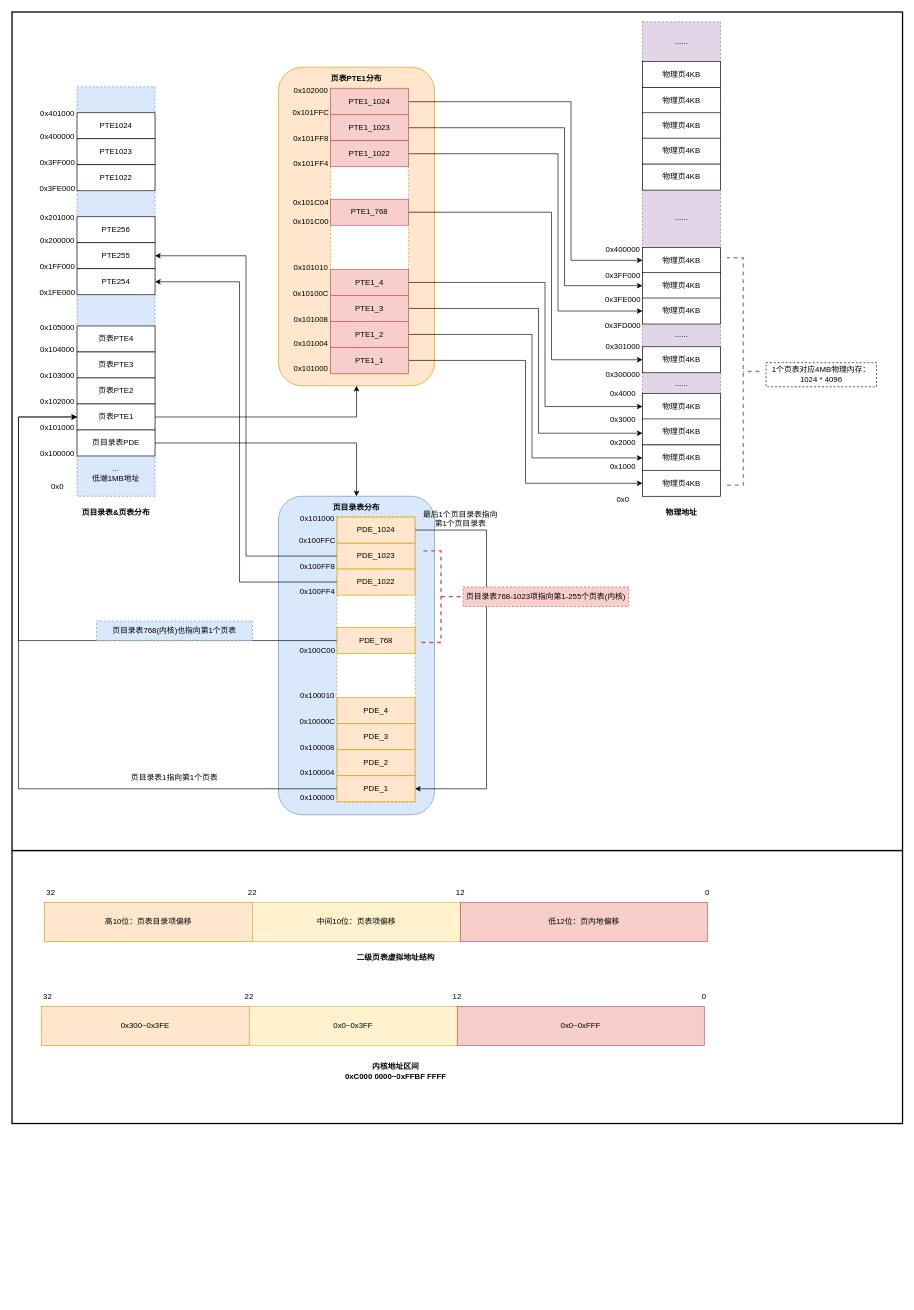
The draw.io diagram page "页表" (1 of 2) of 附录/操作系统.drawio in Atuboaabu/MyOS, before the edit. Source tidied: cells renumbered, new cells numbered last; positions are measured from the earlier drawing's top-left corner, leaving out a move shared by most shapes. Both pictures are drawn from the tidied source at 65%, with x=0, y=0 at pixel (12, 12).
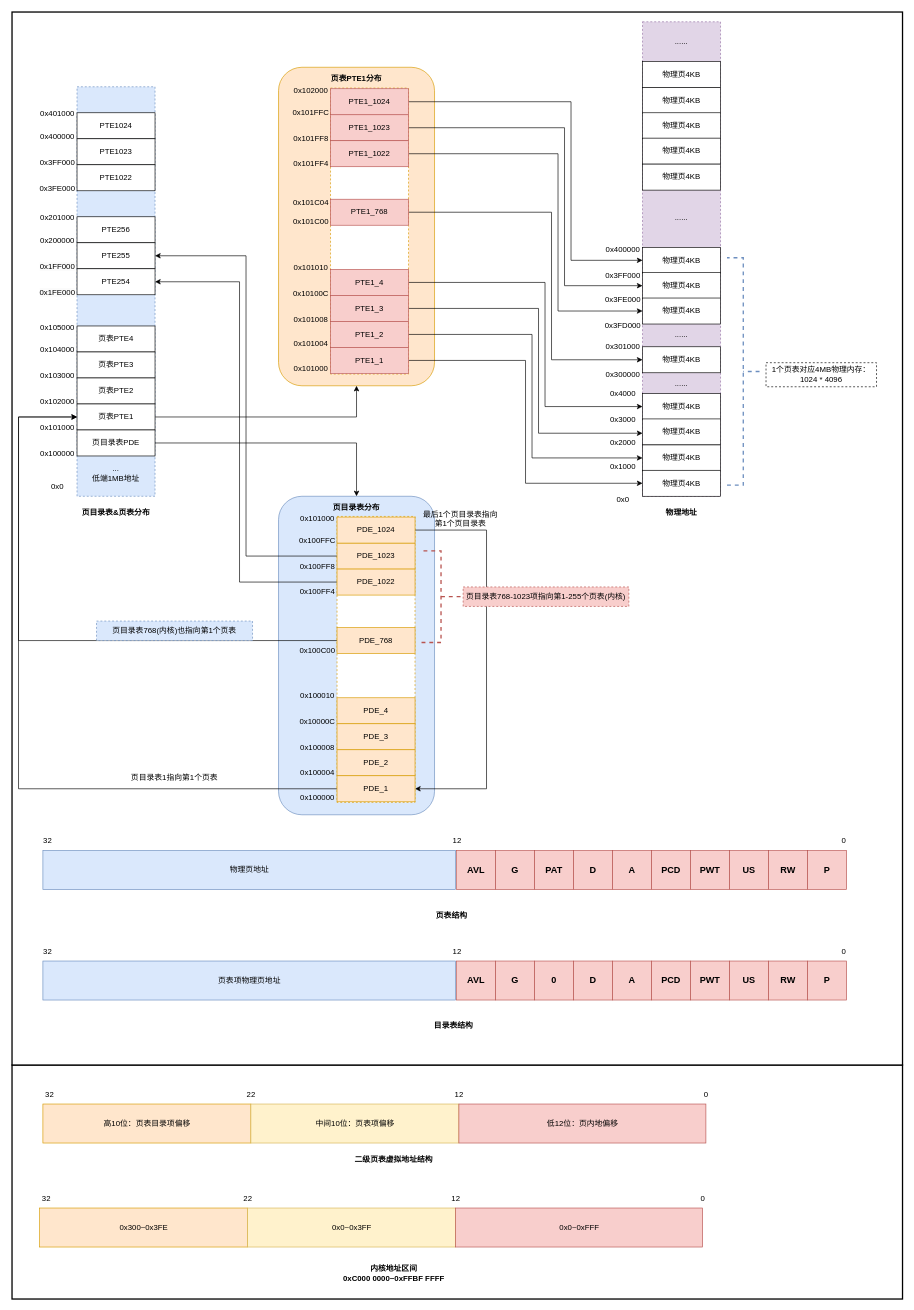
After the change.

Commit message (it also covers changes not shown here):
drawio图文件更新

What changed in the source:
```diff
@@
     <mxCell id="2" style="rounded=0;whiteSpace=wrap;html=1;strokeWidth=2;" parent="1" vertex="1">
-      <mxGeometry y="1290" width="1370" height="420" as="geometry" />
+      <mxGeometry y="1620" width="1370" height="360" as="geometry" />
     </mxCell>
     <mxCell id="3" style="rounded=0;whiteSpace=wrap;html=1;strokeWidth=2;" parent="1" vertex="1">
-      <mxGeometry width="1370" height="1290" as="geometry" />
+      <mxGeometry width="1370" height="1620" as="geometry" />
     </mxCell>
@@
     <mxCell id="124" value="高10位：页表目录项偏移" style="rounded=0;whiteSpace=wrap;html=1;fillColor=#ffe6cc;strokeColor=#d79b00;" parent="1" vertex="1">
-      <mxGeometry x="50" y="1370" width="320" height="60" as="geometry" />
+      <mxGeometry x="47.5" y="1680" width="320" height="60" as="geometry" />
     </mxCell>
     <mxCell id="125" value="中间10位：页表项偏移" style="rounded=0;whiteSpace=wrap;html=1;fillColor=#fff2cc;strokeColor=#d6b656;" parent="1" vertex="1">
-      <mxGeometry x="370" y="1370" width="320" height="60" as="geometry" />
+      <mxGeometry x="367.5" y="1680" width="320" height="60" as="geometry" />
     </mxCell>
     <mxCell id="126" value="低12位：页内地偏移" style="rounded=0;whiteSpace=wrap;html=1;fillColor=#f8cecc;strokeColor=#b85450;" parent="1" vertex="1">
-      <mxGeometry x="690" y="1370" width="380" height="60" as="geometry" />
+      <mxGeometry x="687.5" y="1680" width="380" height="60" as="geometry" />
     </mxCell>
     <mxCell id="127" value="0" style="text;html=1;align=center;verticalAlign=middle;whiteSpace=wrap;rounded=0;" parent="1" vertex="1">
-      <mxGeometry x="1040" y="1340" width="60" height="30" as="geometry" />
+      <mxGeometry x="1037.5" y="1650" width="60" height="30" as="geometry" />
     </mxCell>
     <mxCell id="128" value="12" style="text;html=1;align=center;verticalAlign=middle;whiteSpace=wrap;rounded=0;" parent="1" vertex="1">
-      <mxGeometry x="660" y="1340" width="60" height="30" as="geometry" />
+      <mxGeometry x="657.5" y="1650" width="60" height="30" as="geometry" />
     </mxCell>
     <mxCell id="129" value="22" style="text;html=1;align=center;verticalAlign=middle;whiteSpace=wrap;rounded=0;" parent="1" vertex="1">
-      <mxGeometry x="340" y="1340" width="60" height="30" as="geometry" />
+      <mxGeometry x="337.5" y="1650" width="60" height="30" as="geometry" />
     </mxCell>
     <mxCell id="130" value="32" style="text;html=1;align=center;verticalAlign=middle;whiteSpace=wrap;rounded=0;" parent="1" vertex="1">
-      <mxGeometry x="30" y="1340" width="60" height="30" as="geometry" />
+      <mxGeometry x="27.5" y="1650" width="60" height="30" as="geometry" />
     </mxCell>
     <mxCell id="131" value="&lt;b&gt;二级页表虚拟地址结构&lt;/b&gt;" style="text;html=1;align=center;verticalAlign=middle;whiteSpace=wrap;rounded=0;" parent="1" vertex="1">
-      <mxGeometry x="517.5" y="1440" width="145" height="30" as="geometry" />
+      <mxGeometry x="515" y="1750" width="145" height="30" as="geometry" />
     </mxCell>
@@
     <mxCell id="136" value="0x300~0x3FE" style="rounded=0;whiteSpace=wrap;html=1;fillColor=#ffe6cc;strokeColor=#d79b00;" parent="1" vertex="1">
-      <mxGeometry x="45" y="1530" width="320" height="60" as="geometry" />
+      <mxGeometry x="42.5" y="1840" width="320" height="60" as="geometry" />
     </mxCell>
     <mxCell id="137" value="0x0~0x3FF" style="rounded=0;whiteSpace=wrap;html=1;fillColor=#fff2cc;strokeColor=#d6b656;" parent="1" vertex="1">
-      <mxGeometry x="365" y="1530" width="320" height="60" as="geometry" />
+      <mxGeometry x="362.5" y="1840" width="320" height="60" as="geometry" />
     </mxCell>
     <mxCell id="138" value="0x0~0xFFF" style="rounded=0;whiteSpace=wrap;html=1;fillColor=#f8cecc;strokeColor=#b85450;" parent="1" vertex="1">
-      <mxGeometry x="685" y="1530" width="380" height="60" as="geometry" />
+      <mxGeometry x="682.5" y="1840" width="380" height="60" as="geometry" />
     </mxCell>
     <mxCell id="139" value="0" style="text;html=1;align=center;verticalAlign=middle;whiteSpace=wrap;rounded=0;" parent="1" vertex="1">
-      <mxGeometry x="1035" y="1500" width="60" height="30" as="geometry" />
+      <mxGeometry x="1032.5" y="1810" width="60" height="30" as="geometry" />
     </mxCell>
     <mxCell id="140" value="12" style="text;html=1;align=center;verticalAlign=middle;whiteSpace=wrap;rounded=0;" parent="1" vertex="1">
-      <mxGeometry x="655" y="1500" width="60" height="30" as="geometry" />
+      <mxGeometry x="652.5" y="1810" width="60" height="30" as="geometry" />
     </mxCell>
     <mxCell id="141" value="22" style="text;html=1;align=center;verticalAlign=middle;whiteSpace=wrap;rounded=0;" parent="1" vertex="1">
-      <mxGeometry x="335" y="1500" width="60" height="30" as="geometry" />
+      <mxGeometry x="332.5" y="1810" width="60" height="30" as="geometry" />
     </mxCell>
     <mxCell id="142" value="32" style="text;html=1;align=center;verticalAlign=middle;whiteSpace=wrap;rounded=0;" parent="1" vertex="1">
-      <mxGeometry x="25" y="1500" width="60" height="30" as="geometry" />
+      <mxGeometry x="22.5" y="1810" width="60" height="30" as="geometry" />
     </mxCell>
     <mxCell id="143" value="&lt;b&gt;内核地址区间&lt;/b&gt;&lt;div&gt;&lt;b&gt;0xC000 0000~0xFFBF FFFF&lt;/b&gt;&lt;/div&gt;" style="text;html=1;align=center;verticalAlign=middle;whiteSpace=wrap;rounded=0;" parent="1" vertex="1">
-      <mxGeometry x="498.8" y="1600" width="182.5" height="60" as="geometry" />
+      <mxGeometry x="496.2" y="1910" width="182.5" height="60" as="geometry" />
     </mxCell>
+    <mxCell id="144" value="物理页地址" style="rounded=0;whiteSpace=wrap;html=1;fillColor=#dae8fc;strokeColor=#6c8ebf;" parent="1" vertex="1">
+      <mxGeometry x="47.5" y="1290" width="635" height="60" as="geometry" />
+    </mxCell>
+    <mxCell id="145" value="AVL" style="rounded=0;whiteSpace=wrap;html=1;fillColor=#f8cecc;strokeColor=#b85450;fontStyle=1;fontSize=14;" parent="1" vertex="1">
+      <mxGeometry x="684" y="1290" width="60" height="60" as="geometry" />
+    </mxCell>
+    <mxCell id="146" value="0" style="text;html=1;align=center;verticalAlign=middle;whiteSpace=wrap;rounded=0;" parent="1" vertex="1">
+      <mxGeometry x="1250" y="1260" width="60" height="30" as="geometry" />
+    </mxCell>
+    <mxCell id="147" value="12" style="text;html=1;align=center;verticalAlign=middle;whiteSpace=wrap;rounded=0;" parent="1" vertex="1">
+      <mxGeometry x="655" y="1260" width="60" height="30" as="geometry" />
+    </mxCell>
+    <mxCell id="148" value="32" style="text;html=1;align=center;verticalAlign=middle;whiteSpace=wrap;rounded=0;" parent="1" vertex="1">
+      <mxGeometry x="25" y="1260" width="60" height="30" as="geometry" />
+    </mxCell>
+    <mxCell id="149" value="&lt;b&gt;页表结构&lt;/b&gt;" style="text;html=1;align=center;verticalAlign=middle;whiteSpace=wrap;rounded=0;" parent="1" vertex="1">
+      <mxGeometry x="641.2" y="1370" width="71.2" height="40" as="geometry" />
+    </mxCell>
+    <mxCell id="150" value="G" style="rounded=0;whiteSpace=wrap;html=1;fillColor=#f8cecc;strokeColor=#b85450;fontStyle=1;fontSize=14;" parent="1" vertex="1">
+      <mxGeometry x="744" y="1290" width="60" height="60" as="geometry" />
+    </mxCell>
+    <mxCell id="151" value="PAT" style="rounded=0;whiteSpace=wrap;html=1;fillColor=#f8cecc;strokeColor=#b85450;fontStyle=1;fontSize=14;" parent="1" vertex="1">
+      <mxGeometry x="804" y="1290" width="60" height="60" as="geometry" />
+    </mxCell>
+    <mxCell id="152" value="D" style="rounded=0;whiteSpace=wrap;html=1;fillColor=#f8cecc;strokeColor=#b85450;fontStyle=1;fontSize=14;" parent="1" vertex="1">
+      <mxGeometry x="864" y="1290" width="60" height="60" as="geometry" />
+    </mxCell>
+    <mxCell id="153" value="A" style="rounded=0;whiteSpace=wrap;html=1;fillColor=#f8cecc;strokeColor=#b85450;fontStyle=1;fontSize=14;" parent="1" vertex="1">
+      <mxGeometry x="924" y="1290" width="60" height="60" as="geometry" />
+    </mxCell>
+    <mxCell id="154" value="PCD" style="rounded=0;whiteSpace=wrap;html=1;fillColor=#f8cecc;strokeColor=#b85450;fontStyle=1;fontSize=14;" parent="1" vertex="1">
+      <mxGeometry x="984" y="1290" width="60" height="60" as="geometry" />
+    </mxCell>
+    <mxCell id="155" value="PWT" style="rounded=0;whiteSpace=wrap;html=1;fillColor=#f8cecc;strokeColor=#b85450;fontStyle=1;fontSize=14;" parent="1" vertex="1">
+      <mxGeometry x="1044" y="1290" width="60" height="60" as="geometry" />
+    </mxCell>
+    <mxCell id="156" value="US" style="rounded=0;whiteSpace=wrap;html=1;fillColor=#f8cecc;strokeColor=#b85450;fontStyle=1;fontSize=14;" parent="1" vertex="1">
+      <mxGeometry x="1104" y="1290" width="60" height="60" as="geometry" />
+    </mxCell>
+    <mxCell id="157" value="&lt;span&gt;&lt;font&gt;RW&lt;/font&gt;&lt;/span&gt;" style="rounded=0;whiteSpace=wrap;html=1;fillColor=#f8cecc;strokeColor=#b85450;fontStyle=1;fontSize=14;" parent="1" vertex="1">
+      <mxGeometry x="1164" y="1290" width="60" height="60" as="geometry" />
+    </mxCell>
+    <mxCell id="158" value="&lt;span&gt;&lt;font&gt;P&lt;/font&gt;&lt;/span&gt;" style="rounded=0;whiteSpace=wrap;html=1;fillColor=#f8cecc;strokeColor=#b85450;fontStyle=1;fontSize=14;" parent="1" vertex="1">
+      <mxGeometry x="1224" y="1290" width="60" height="60" as="geometry" />
+    </mxCell>
+    <mxCell id="159" value="页表项物理页地址" style="rounded=0;whiteSpace=wrap;html=1;fillColor=#dae8fc;strokeColor=#6c8ebf;" parent="1" vertex="1">
+      <mxGeometry x="47.5" y="1460" width="635" height="60" as="geometry" />
+    </mxCell>
+    <mxCell id="160" value="AVL" style="rounded=0;whiteSpace=wrap;html=1;fillColor=#f8cecc;strokeColor=#b85450;fontStyle=1;fontSize=14;" parent="1" vertex="1">
+      <mxGeometry x="684" y="1460" width="60" height="60" as="geometry" />
+    </mxCell>
+    <mxCell id="161" value="0" style="text;html=1;align=center;verticalAlign=middle;whiteSpace=wrap;rounded=0;" parent="1" vertex="1">
+      <mxGeometry x="1250" y="1430" width="60" height="30" as="geometry" />
+    </mxCell>
+    <mxCell id="162" value="12" style="text;html=1;align=center;verticalAlign=middle;whiteSpace=wrap;rounded=0;" parent="1" vertex="1">
+      <mxGeometry x="655" y="1430" width="60" height="30" as="geometry" />
+    </mxCell>
+    <mxCell id="163" value="32" style="text;html=1;align=center;verticalAlign=middle;whiteSpace=wrap;rounded=0;" parent="1" vertex="1">
+      <mxGeometry x="25" y="1430" width="60" height="30" as="geometry" />
+    </mxCell>
+    <mxCell id="164" value="&lt;b&gt;目录表结构&lt;/b&gt;" style="text;html=1;align=center;verticalAlign=middle;whiteSpace=wrap;rounded=0;" parent="1" vertex="1">
+      <mxGeometry x="620" y="1540" width="118.8" height="40" as="geometry" />
+    </mxCell>
+    <mxCell id="165" value="G" style="rounded=0;whiteSpace=wrap;html=1;fillColor=#f8cecc;strokeColor=#b85450;fontStyle=1;fontSize=14;" parent="1" vertex="1">
+      <mxGeometry x="744" y="1460" width="60" height="60" as="geometry" />
+    </mxCell>
+    <mxCell id="166" value="0" style="rounded=0;whiteSpace=wrap;html=1;fillColor=#f8cecc;strokeColor=#b85450;fontStyle=1;fontSize=14;" parent="1" vertex="1">
+      <mxGeometry x="804" y="1460" width="60" height="60" as="geometry" />
+    </mxCell>
+    <mxCell id="167" value="D" style="rounded=0;whiteSpace=wrap;html=1;fillColor=#f8cecc;strokeColor=#b85450;fontStyle=1;fontSize=14;" parent="1" vertex="1">
+      <mxGeometry x="864" y="1460" width="60" height="60" as="geometry" />
+    </mxCell>
+    <mxCell id="168" value="A" style="rounded=0;whiteSpace=wrap;html=1;fillColor=#f8cecc;strokeColor=#b85450;fontStyle=1;fontSize=14;" parent="1" vertex="1">
+      <mxGeometry x="924" y="1460" width="60" height="60" as="geometry" />
+    </mxCell>
+    <mxCell id="169" value="PCD" style="rounded=0;whiteSpace=wrap;html=1;fillColor=#f8cecc;strokeColor=#b85450;fontStyle=1;fontSize=14;" parent="1" vertex="1">
+      <mxGeometry x="984" y="1460" width="60" height="60" as="geometry" />
+    </mxCell>
+    <mxCell id="170" value="PWT" style="rounded=0;whiteSpace=wrap;html=1;fillColor=#f8cecc;strokeColor=#b85450;fontStyle=1;fontSize=14;" parent="1" vertex="1">
+      <mxGeometry x="1044" y="1460" width="60" height="60" as="geometry" />
+    </mxCell>
+    <mxCell id="171" value="US" style="rounded=0;whiteSpace=wrap;html=1;fillColor=#f8cecc;strokeColor=#b85450;fontStyle=1;fontSize=14;" parent="1" vertex="1">
+      <mxGeometry x="1104" y="1460" width="60" height="60" as="geometry" />
+    </mxCell>
+    <mxCell id="172" value="&lt;span&gt;&lt;font&gt;RW&lt;/font&gt;&lt;/span&gt;" style="rounded=0;whiteSpace=wrap;html=1;fillColor=#f8cecc;strokeColor=#b85450;fontStyle=1;fontSize=14;" parent="1" vertex="1">
+      <mxGeometry x="1164" y="1460" width="60" height="60" as="geometry" />
+    </mxCell>
+    <mxCell id="173" value="&lt;span&gt;&lt;font&gt;P&lt;/font&gt;&lt;/span&gt;" style="rounded=0;whiteSpace=wrap;html=1;fillColor=#f8cecc;strokeColor=#b85450;fontStyle=1;fontSize=14;" parent="1" vertex="1">
+      <mxGeometry x="1224" y="1460" width="60" height="60" as="geometry" />
+    </mxCell>
```
